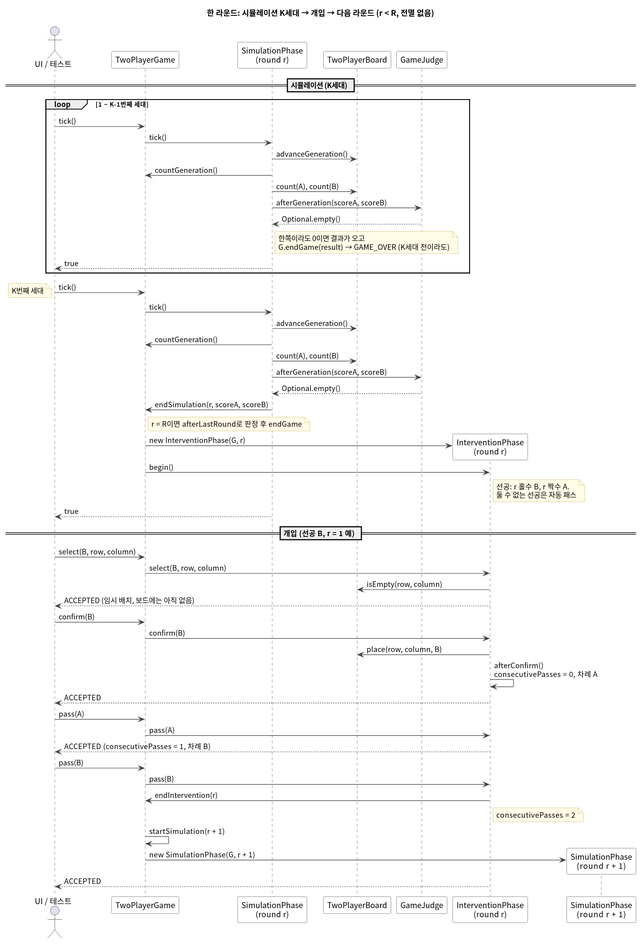
Earlier version of the PlantUML export Codes/GameOfLife/src/com/holub/life/twoplayer/docs/diagrams/twoplayer-round-sequence.svg (DesignPattern8/DPTermProject). Its diagram source:
```plantuml
@startuml
skinparam defaultFontName "Noto Sans CJK KR"
skinparam shadowing false
skinparam sequence {
  ArrowColor #444444
  LifeLineBorderColor #444444
  ParticipantBorderColor #444444
  ParticipantBackgroundColor #FFFFFF
}
skinparam note {
  BackgroundColor #FFFBE6
  BorderColor #C9B458
}

title 한 라운드: 시뮬레이션 K세대 → 개입 → 다음 라운드 (r < R, 전멸 없음)

actor "UI / 테스트" as UI
participant TwoPlayerGame as G
participant "SimulationPhase\n(round r)" as S
participant TwoPlayerBoard as B
participant GameJudge as J
participant "InterventionPhase\n(round r)" as I
participant "SimulationPhase\n(round r + 1)" as S2

== 시뮬레이션 (K세대) ==
loop 1 ~ K-1번째 세대
  UI -> G : tick()
  G -> S : tick()
  S -> B : advanceGeneration()
  S -> G : countGeneration()
  S -> B : count(A), count(B)
  S -> J : afterGeneration(scoreA, scoreB)
  J --> S : Optional.empty()
  note right of S : 한쪽이라도 0이면 결과가 오고\nG.endGame(result) → GAME_OVER (K세대 전이라도)
  S --> UI : true
end
UI -> G : tick()
note left : K번째 세대
G -> S : tick()
S -> B : advanceGeneration()
S -> G : countGeneration()
S -> B : count(A), count(B)
S -> J : afterGeneration(scoreA, scoreB)
J --> S : Optional.empty()
S -> G : endSimulation(r, scoreA, scoreB)
note right of G : r = R이면 afterLastRound로 판정 후 endGame
G -> I ** : new InterventionPhase(G, r)
G -> I : begin()
note right of I : 선공: r 홀수 B, r 짝수 A.\n둘 수 없는 선공은 자동 패스
S --> UI : true

== 개입 (선공 B, r = 1 예) ==
UI -> G : select(B, row, column)
G -> I : select(B, row, column)
I -> B : isEmpty(row, column)
I --> UI : ACCEPTED (임시 배치, 보드에는 아직 없음)
UI -> G : confirm(B)
G -> I : confirm(B)
I -> B : place(row, column, B)
I -> I : afterConfirm()\nconsecutivePasses = 0, 차례 A
I --> UI : ACCEPTED
UI -> G : pass(A)
G -> I : pass(A)
I --> UI : ACCEPTED (consecutivePasses = 1, 차례 B)
UI -> G : pass(B)
G -> I : pass(B)
I -> G : endIntervention(r)
note right of I : consecutivePasses = 2
G -> G : startSimulation(r + 1)
G -> S2 ** : new SimulationPhase(G, r + 1)
I --> UI : ACCEPTED
@enduml
```
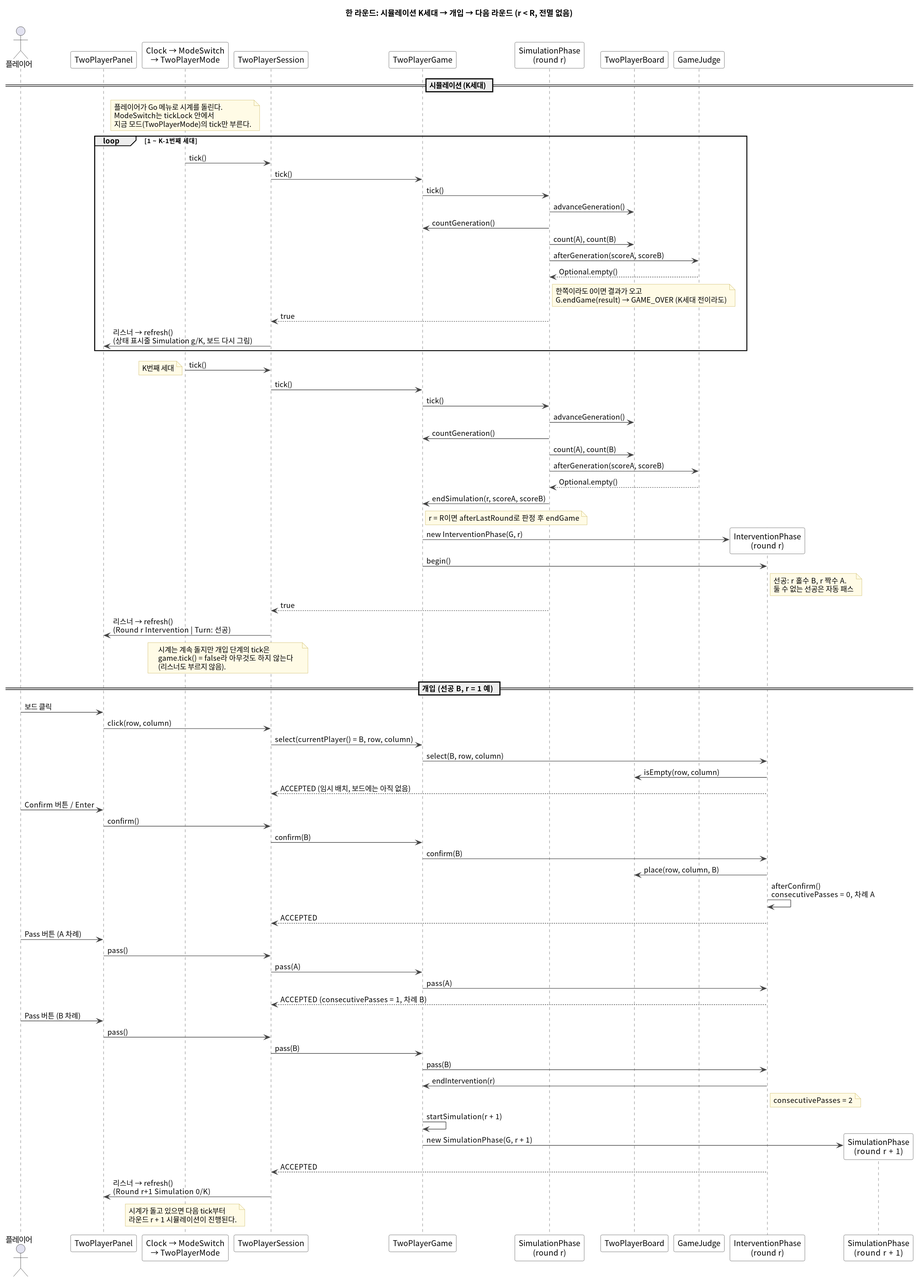
The same file after the commit.

Commit message:
docs: 클래스·라운드 시퀀스·단계 상태 다이어그램을 현재 코드로 갱신 (TwoPlayerSession, 시계·패널 호출 경로, New Game) (#8)

Diff of the diagram source:
```diff
@@ -14,7 +14,10 @@
 
 title 한 라운드: 시뮬레이션 K세대 → 개입 → 다음 라운드 (r < R, 전멸 없음)
 
-actor "UI / 테스트" as UI
+actor "플레이어" as P
+participant "TwoPlayerPanel" as UI
+participant "Clock → ModeSwitch\n→ TwoPlayerMode" as C
+participant TwoPlayerSession as SS
 participant TwoPlayerGame as G
 participant "SimulationPhase\n(round r)" as S
 participant TwoPlayerBoard as B
@@ -23,8 +26,10 @@
 participant "SimulationPhase\n(round r + 1)" as S2
 
 == 시뮬레이션 (K세대) ==
+note over C : 플레이어가 Go 메뉴로 시계를 돌린다.\nModeSwitch는 tickLock 안에서\n지금 모드(TwoPlayerMode)의 tick만 부른다.
 loop 1 ~ K-1번째 세대
-  UI -> G : tick()
+  C -> SS : tick()
+  SS -> G : tick()
   G -> S : tick()
   S -> B : advanceGeneration()
   S -> G : countGeneration()
@@ -32,10 +37,12 @@
   S -> J : afterGeneration(scoreA, scoreB)
   J --> S : Optional.empty()
   note right of S : 한쪽이라도 0이면 결과가 오고\nG.endGame(result) → GAME_OVER (K세대 전이라도)
-  S --> UI : true
+  S --> SS : true
+  SS -> UI : 리스너 → refresh()\n(상태 표시줄 Simulation g/K, 보드 다시 그림)
 end
-UI -> G : tick()
+C -> SS : tick()
 note left : K번째 세대
+SS -> G : tick()
 G -> S : tick()
 S -> B : advanceGeneration()
 S -> G : countGeneration()
@@ -47,26 +54,38 @@
 G -> I ** : new InterventionPhase(G, r)
 G -> I : begin()
 note right of I : 선공: r 홀수 B, r 짝수 A.\n둘 수 없는 선공은 자동 패스
-S --> UI : true
+S --> SS : true
+SS -> UI : 리스너 → refresh()\n(Round r Intervention | Turn: 선공)
+note over C, SS : 시계는 계속 돌지만 개입 단계의 tick은\ngame.tick() = false라 아무것도 하지 않는다\n(리스너도 부르지 않음).
 
 == 개입 (선공 B, r = 1 예) ==
-UI -> G : select(B, row, column)
+P -> UI : 보드 클릭
+UI -> SS : click(row, column)
+SS -> G : select(currentPlayer() = B, row, column)
 G -> I : select(B, row, column)
 I -> B : isEmpty(row, column)
-I --> UI : ACCEPTED (임시 배치, 보드에는 아직 없음)
-UI -> G : confirm(B)
+I --> SS : ACCEPTED (임시 배치, 보드에는 아직 없음)
+P -> UI : Confirm 버튼 / Enter
+UI -> SS : confirm()
+SS -> G : confirm(B)
 G -> I : confirm(B)
 I -> B : place(row, column, B)
 I -> I : afterConfirm()\nconsecutivePasses = 0, 차례 A
-I --> UI : ACCEPTED
-UI -> G : pass(A)
+I --> SS : ACCEPTED
+P -> UI : Pass 버튼 (A 차례)
+UI -> SS : pass()
+SS -> G : pass(A)
 G -> I : pass(A)
-I --> UI : ACCEPTED (consecutivePasses = 1, 차례 B)
-UI -> G : pass(B)
+I --> SS : ACCEPTED (consecutivePasses = 1, 차례 B)
+P -> UI : Pass 버튼 (B 차례)
+UI -> SS : pass()
+SS -> G : pass(B)
 G -> I : pass(B)
 I -> G : endIntervention(r)
 note right of I : consecutivePasses = 2
 G -> G : startSimulation(r + 1)
 G -> S2 ** : new SimulationPhase(G, r + 1)
-I --> UI : ACCEPTED
+I --> SS : ACCEPTED
+SS -> UI : 리스너 → refresh()\n(Round r+1 Simulation 0/K)
+note over C : 시계가 돌고 있으면 다음 tick부터\n라운드 r + 1 시뮬레이션이 진행된다.
 @enduml
```
